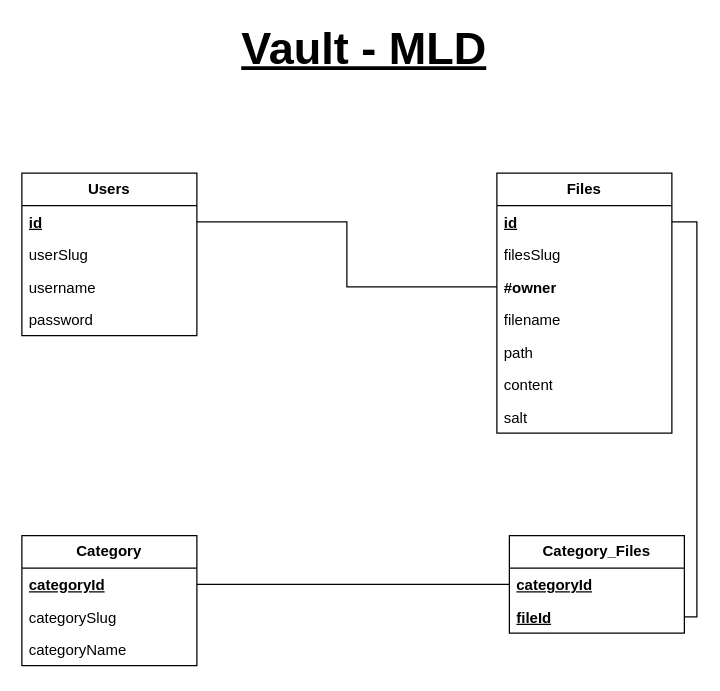
The draw.io diagram page "MLD" (2 of 3) of Vault-Merise.drawio in JeromePrevotat/Vault, before the edit. Source tidied: cells renumbered, new cells numbered last; positions are measured from the earlier drawing's top-left corner, leaving out a move shared by most shapes. Both pictures are drawn from the tidied source at 125%, with x=0, y=0 at pixel (21, 22).
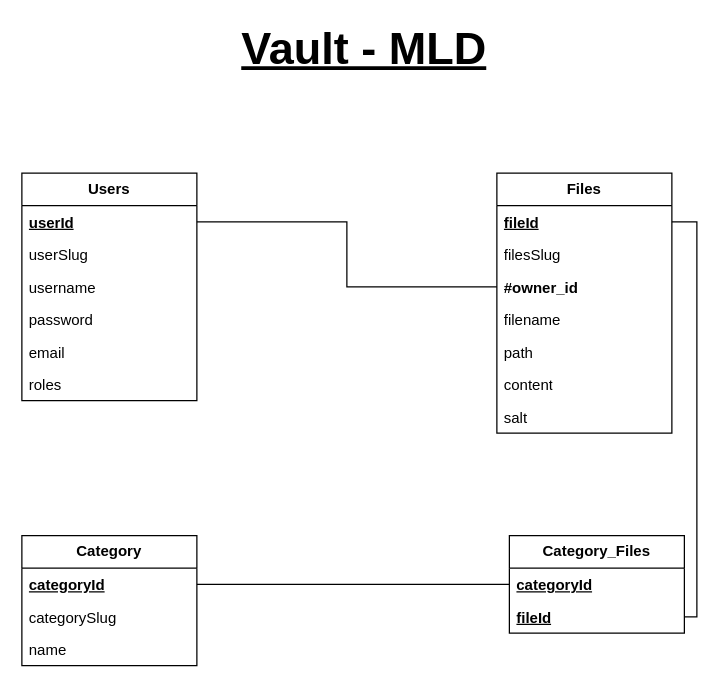
The same page after the edit.

Unchanged cells that the change refers to:
```xml
<mxCell id="8" value="&lt;b&gt;Files&lt;/b&gt;" style="swimlane;fontStyle=0;horizontal=1;startSize=26;fillColor=none;whiteSpace=wrap;html=1;" parent="1" vertex="1">
  <mxGeometry x="380" y="120" width="140" height="208" as="geometry" />
</mxCell>
<mxCell id="17" value="&lt;b&gt;Category&lt;/b&gt;" style="swimlane;fontStyle=0;horizontal=1;startSize=26;fillColor=none;whiteSpace=wrap;html=1;" parent="1" vertex="1">
  <mxGeometry y="410" width="140" height="104" as="geometry" />
</mxCell>
```

The edit, as a diff of the source:
```diff
@@
     <mxCell id="3" value="&lt;b&gt;Users&lt;/b&gt;" style="swimlane;fontStyle=0;horizontal=1;startSize=26;fillColor=none;whiteSpace=wrap;html=1;" parent="1" vertex="1">
-      <mxGeometry y="120" width="140" height="130" as="geometry" />
+      <mxGeometry y="120" width="140" height="182" as="geometry" />
     </mxCell>
-    <mxCell id="4" value="&lt;b&gt;&lt;u&gt;id&lt;/u&gt;&lt;/b&gt;" style="text;strokeColor=none;fillColor=none;align=left;verticalAlign=top;spacingLeft=4;spacingRight=4;overflow=hidden;points=[[0,0.5],[1,0.5]];portConstraint=eastwest;whiteSpace=wrap;html=1;" parent="3" vertex="1">
+    <mxCell id="4" value="&lt;b&gt;&lt;u&gt;userId&lt;/u&gt;&lt;/b&gt;" style="text;strokeColor=none;fillColor=none;align=left;verticalAlign=top;spacingLeft=4;spacingRight=4;overflow=hidden;points=[[0,0.5],[1,0.5]];portConstraint=eastwest;whiteSpace=wrap;html=1;" parent="3" vertex="1">
       <mxGeometry y="26" width="140" height="26" as="geometry" />
     </mxCell>
@@
+    <mxCell id="26" value="email" style="text;strokeColor=none;fillColor=none;align=left;verticalAlign=top;spacingLeft=4;spacingRight=4;overflow=hidden;whiteSpace=wrap;html=1;" parent="3" vertex="1">
+      <mxGeometry y="130" width="140" height="26" as="geometry" />
+    </mxCell>
+    <mxCell id="27" value="roles" style="text;strokeColor=none;fillColor=none;align=left;verticalAlign=top;spacingLeft=4;spacingRight=4;overflow=hidden;whiteSpace=wrap;html=1;" parent="3" vertex="1">
+      <mxGeometry y="156" width="140" height="26" as="geometry" />
+    </mxCell>
@@
-    <mxCell id="9" value="&lt;b&gt;&lt;u&gt;id&lt;/u&gt;&lt;/b&gt;" style="text;strokeColor=none;fillColor=none;align=left;verticalAlign=top;spacingLeft=4;spacingRight=4;overflow=hidden;points=[[0,0.5],[1,0.5]];portConstraint=eastwest;whiteSpace=wrap;html=1;" parent="8" vertex="1">
+    <mxCell id="9" value="&lt;b&gt;&lt;u&gt;fileId&lt;/u&gt;&lt;/b&gt;" style="text;strokeColor=none;fillColor=none;align=left;verticalAlign=top;spacingLeft=4;spacingRight=4;overflow=hidden;points=[[0,0.5],[1,0.5]];portConstraint=eastwest;whiteSpace=wrap;html=1;" parent="8" vertex="1">
       <mxGeometry y="26" width="140" height="26" as="geometry" />
     </mxCell>
@@
-    <mxCell id="11" value="&lt;b&gt;#owner&lt;/b&gt;" style="text;strokeColor=none;fillColor=none;align=left;verticalAlign=top;spacingLeft=4;spacingRight=4;overflow=hidden;points=[[0,0.5],[1,0.5]];portConstraint=eastwest;whiteSpace=wrap;html=1;" parent="8" vertex="1">
+    <mxCell id="11" value="&lt;b&gt;#owner_id&lt;/b&gt;" style="text;strokeColor=none;fillColor=none;align=left;verticalAlign=top;spacingLeft=4;spacingRight=4;overflow=hidden;points=[[0,0.5],[1,0.5]];portConstraint=eastwest;whiteSpace=wrap;html=1;" parent="8" vertex="1">
       <mxGeometry y="78" width="140" height="26" as="geometry" />
     </mxCell>
@@
-    <mxCell id="20" value="categoryName" style="text;strokeColor=none;fillColor=none;align=left;verticalAlign=top;spacingLeft=4;spacingRight=4;overflow=hidden;whiteSpace=wrap;html=1;" parent="17" vertex="1">
+    <mxCell id="20" value="name" style="text;strokeColor=none;fillColor=none;align=left;verticalAlign=top;spacingLeft=4;spacingRight=4;overflow=hidden;whiteSpace=wrap;html=1;" parent="17" vertex="1">
       <mxGeometry y="78" width="140" height="26" as="geometry" />
     </mxCell>
```
